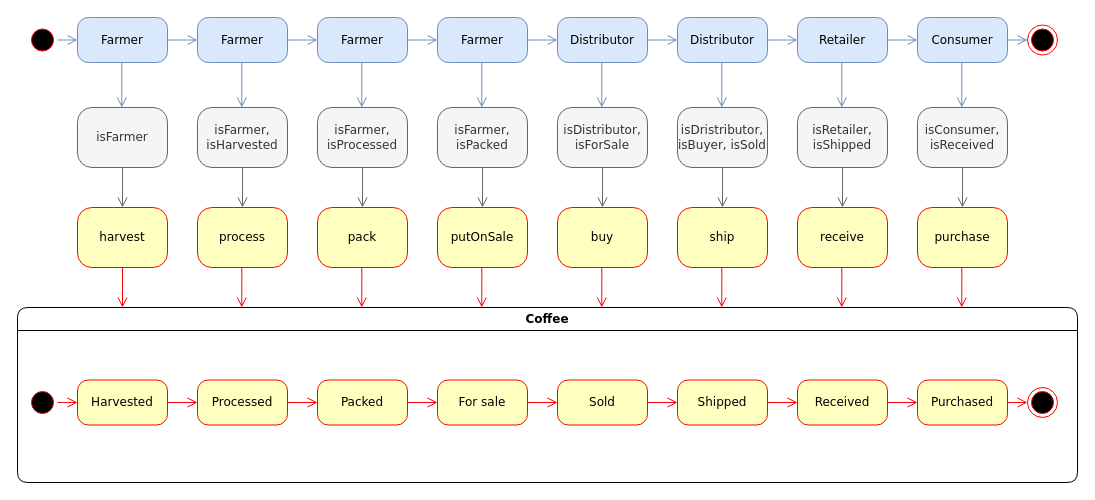
Before: uml/State.drawio in sangarbe/blockchain-project-3, a draw.io diagram. Source tidied: cells renumbered, new cells numbered last; positions are measured from the earlier drawing's top-left corner, leaving out a move shared by most shapes. Both pictures are drawn from the tidied source at 100%, with x=0, y=0 at pixel (17, 17).
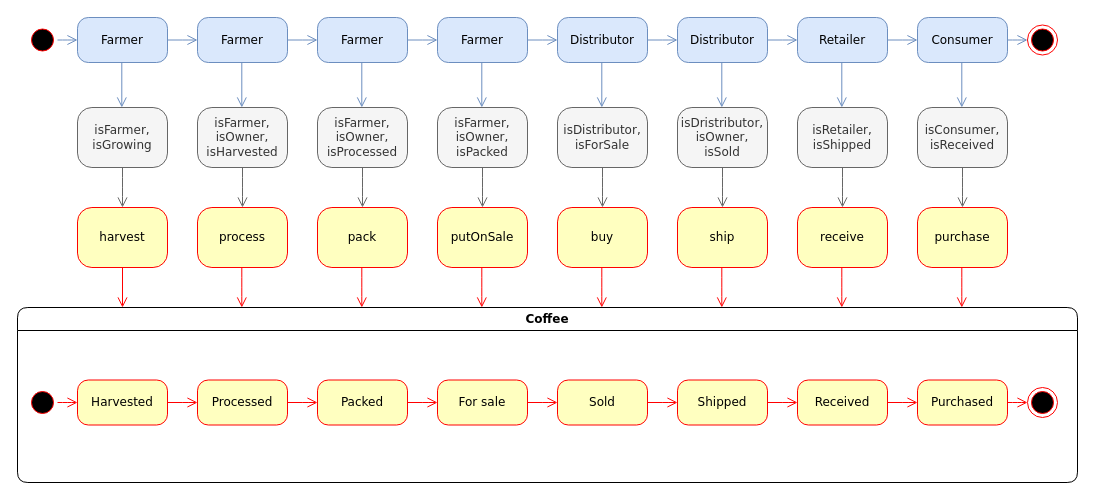
Above is the later version.

The edit, as a diff of the source:
```diff
@@
-    <mxCell id="2" value="isFarmer" style="rounded=1;whiteSpace=wrap;html=1;arcSize=24;fillColor=#f5f5f5;strokeColor=#666666;shadow=0;comic=0;labelBackgroundColor=none;fontFamily=Verdana;fontSize=12;fontColor=#333333;align=center;" parent="1" vertex="1">
+    <mxCell id="2" value="isFarmer,&lt;br&gt;isGrowing" style="rounded=1;whiteSpace=wrap;html=1;arcSize=24;fillColor=#f5f5f5;strokeColor=#666666;shadow=0;comic=0;labelBackgroundColor=none;fontFamily=Verdana;fontSize=12;fontColor=#333333;align=center;" parent="1" vertex="1">
       <mxGeometry x="60" y="90" width="90" height="60" as="geometry" />
     </mxCell>
@@
-    <mxCell id="46" value="isFarmer, isHarvested" style="rounded=1;whiteSpace=wrap;html=1;arcSize=24;fillColor=#f5f5f5;strokeColor=#666666;shadow=0;comic=0;labelBackgroundColor=none;fontFamily=Verdana;fontSize=12;fontColor=#333333;align=center;" parent="1" vertex="1">
+    <mxCell id="46" value="isFarmer,&lt;br&gt;isOwner, isHarvested" style="rounded=1;whiteSpace=wrap;html=1;arcSize=24;fillColor=#f5f5f5;strokeColor=#666666;shadow=0;comic=0;labelBackgroundColor=none;fontFamily=Verdana;fontSize=12;fontColor=#333333;align=center;" parent="1" vertex="1">
       <mxGeometry x="180" y="90" width="90" height="60" as="geometry" />
     </mxCell>
@@
-    <mxCell id="51" value="isFarmer, isProcessed" style="rounded=1;whiteSpace=wrap;html=1;arcSize=24;fillColor=#f5f5f5;strokeColor=#666666;shadow=0;comic=0;labelBackgroundColor=none;fontFamily=Verdana;fontSize=12;fontColor=#333333;align=center;" parent="1" vertex="1">
+    <mxCell id="51" value="isFarmer,&lt;br&gt;isOwner, isProcessed" style="rounded=1;whiteSpace=wrap;html=1;arcSize=24;fillColor=#f5f5f5;strokeColor=#666666;shadow=0;comic=0;labelBackgroundColor=none;fontFamily=Verdana;fontSize=12;fontColor=#333333;align=center;" parent="1" vertex="1">
       <mxGeometry x="300" y="90" width="90" height="60" as="geometry" />
     </mxCell>
@@
-    <mxCell id="56" value="isFarmer, isPacked" style="rounded=1;whiteSpace=wrap;html=1;arcSize=24;fillColor=#f5f5f5;strokeColor=#666666;shadow=0;comic=0;labelBackgroundColor=none;fontFamily=Verdana;fontSize=12;fontColor=#333333;align=center;" parent="1" vertex="1">
+    <mxCell id="56" value="isFarmer,&lt;br&gt;isOwner, isPacked" style="rounded=1;whiteSpace=wrap;html=1;arcSize=24;fillColor=#f5f5f5;strokeColor=#666666;shadow=0;comic=0;labelBackgroundColor=none;fontFamily=Verdana;fontSize=12;fontColor=#333333;align=center;" parent="1" vertex="1">
       <mxGeometry x="420" y="90" width="90" height="60" as="geometry" />
     </mxCell>
@@
-    <mxCell id="66" value="isDristributor, isBuyer, isSold" style="rounded=1;whiteSpace=wrap;html=1;arcSize=24;fillColor=#f5f5f5;strokeColor=#666666;shadow=0;comic=0;labelBackgroundColor=none;fontFamily=Verdana;fontSize=12;fontColor=#333333;align=center;" parent="1" vertex="1">
+    <mxCell id="66" value="isDristributor, isOwner, isSold" style="rounded=1;whiteSpace=wrap;html=1;arcSize=24;fillColor=#f5f5f5;strokeColor=#666666;shadow=0;comic=0;labelBackgroundColor=none;fontFamily=Verdana;fontSize=12;fontColor=#333333;align=center;" parent="1" vertex="1">
       <mxGeometry x="660" y="90" width="90" height="60" as="geometry" />
     </mxCell>
```
